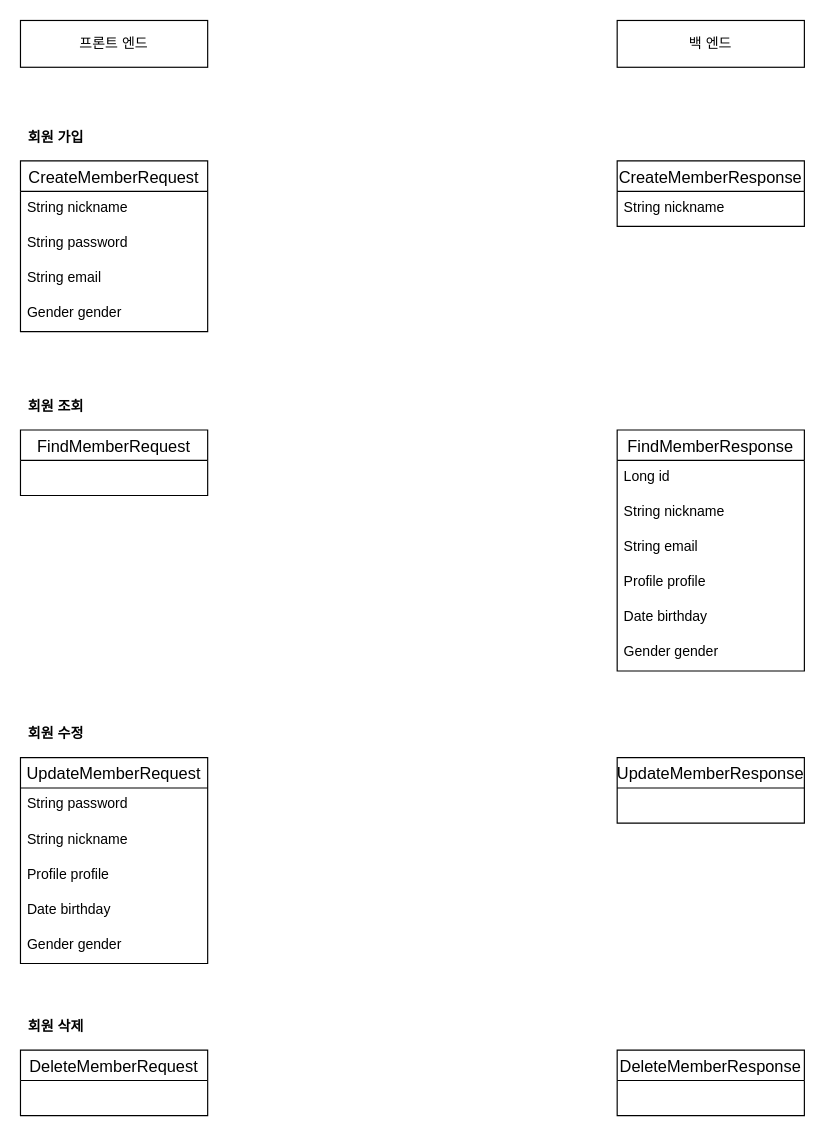
Above: page "MemberAPI/DTO" (9 of 12) of back-end/설계.drawio in hyunmook-lim/chimhaha (draw.io), before the change. Source tidied: cells renumbered, new cells numbered last; positions are measured from the earlier drawing's top-left corner, leaving out a move shared by most shapes. Both pictures are drawn from the tidied source at 117%, with x=0, y=0 at pixel (20, 20).
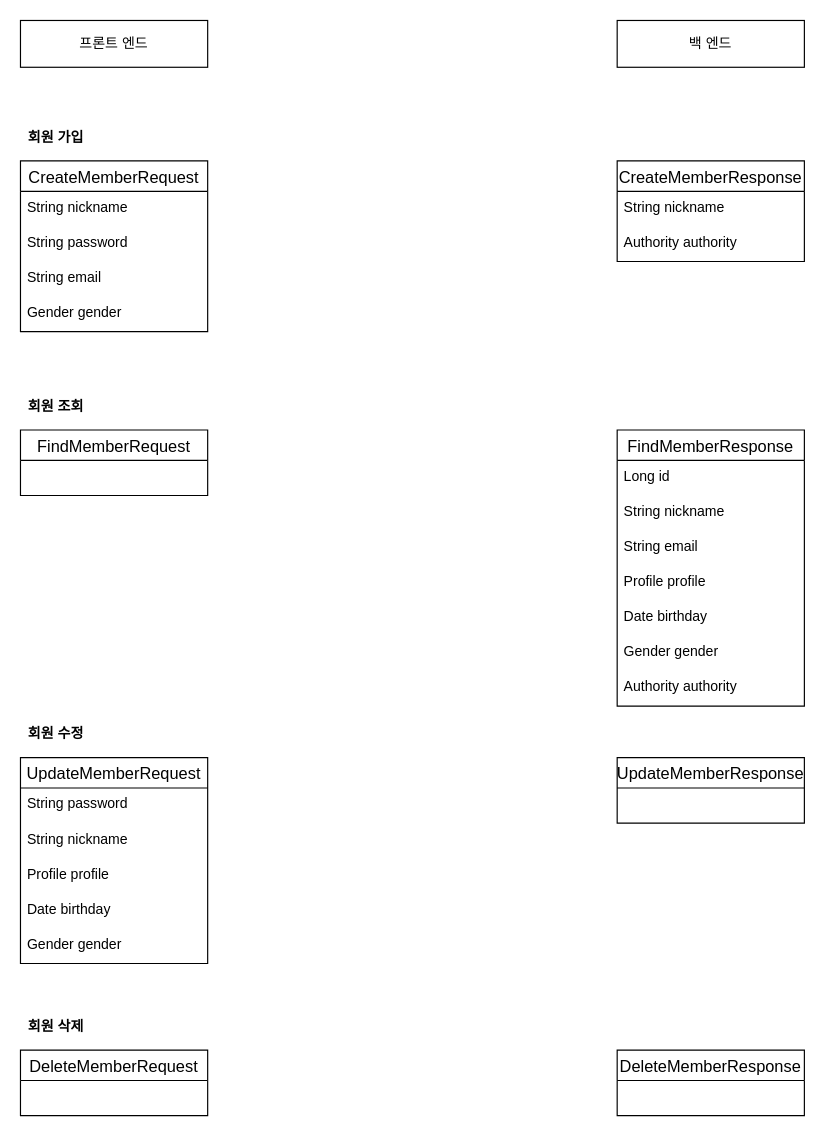
The same diagram, later.

Change to the diagram source:
```diff
@@
     <mxCell id="10" value="CreateMemberResponse" style="swimlane;fontStyle=0;horizontal=1;startSize=26;align=center;fontSize=14;" parent="1" vertex="1">
-      <mxGeometry x="510" y="120" width="160" height="56" as="geometry" />
+      <mxGeometry x="510" y="120" width="160" height="86" as="geometry" />
     </mxCell>
@@
+    <mxCell id="32" value="Authority authority" style="text;strokeColor=none;fillColor=none;spacingLeft=4;spacingRight=4;overflow=hidden;fontSize=12;" parent="10" vertex="1">
+      <mxGeometry y="56" width="160" height="30" as="geometry" />
+    </mxCell>
@@
     <mxCell id="14" value="FindMemberResponse" style="swimlane;fontStyle=0;horizontal=1;startSize=26;align=center;fontSize=14;" parent="1" vertex="1">
-      <mxGeometry x="510" y="350" width="160" height="206" as="geometry" />
+      <mxGeometry x="510" y="350" width="160" height="236" as="geometry" />
     </mxCell>
@@
+    <mxCell id="33" value="Authority authority" style="text;strokeColor=none;fillColor=none;spacingLeft=4;spacingRight=4;overflow=hidden;fontSize=12;" parent="14" vertex="1">
+      <mxGeometry y="206" width="160" height="30" as="geometry" />
+    </mxCell>
```
